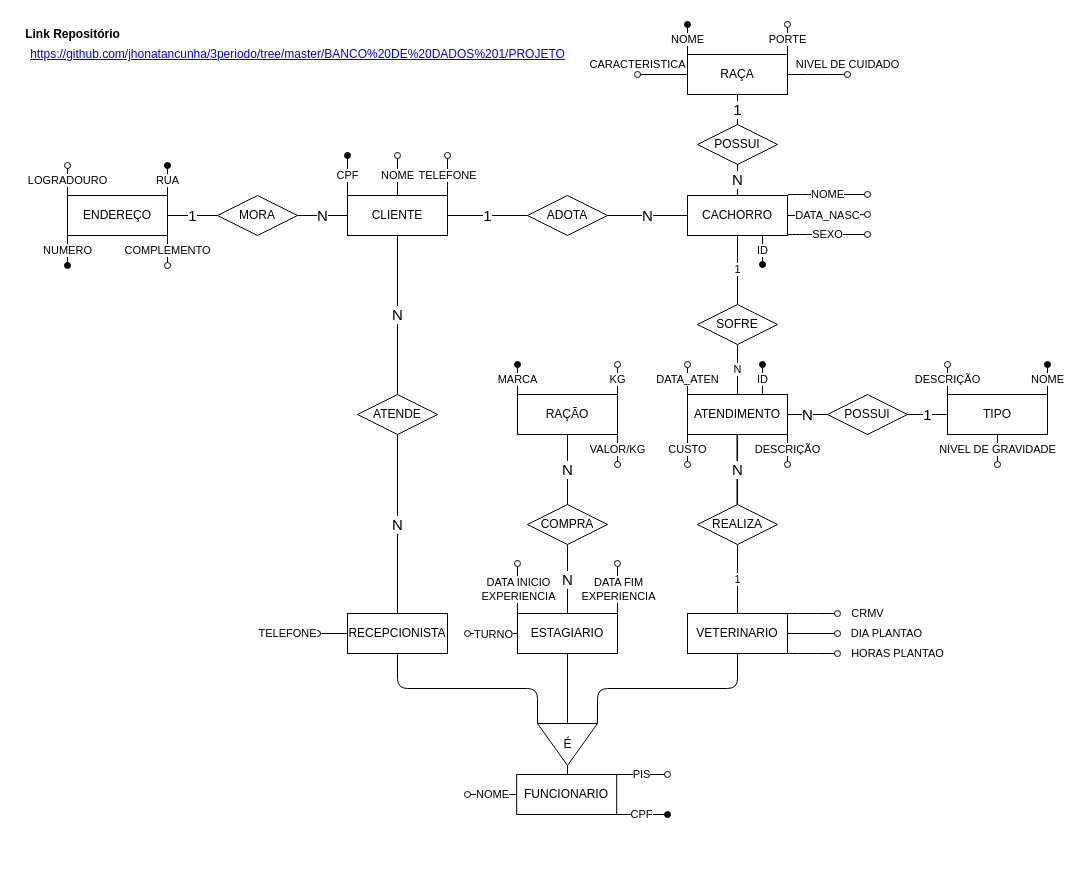
Before: BANCO DE DADOS 1/PROJETO/PARTE 1/SISTEMA DE ADOÇÃO DE CACHORRO.drawio in jhonatancunha/3periodo, a draw.io diagram. Source tidied: cells renumbered, new cells numbered last; positions are measured from the earlier drawing's top-left corner, leaving out a move shared by most shapes. Both pictures are drawn from the tidied source at 100%, with x=0, y=0 at pixel (17, 24).
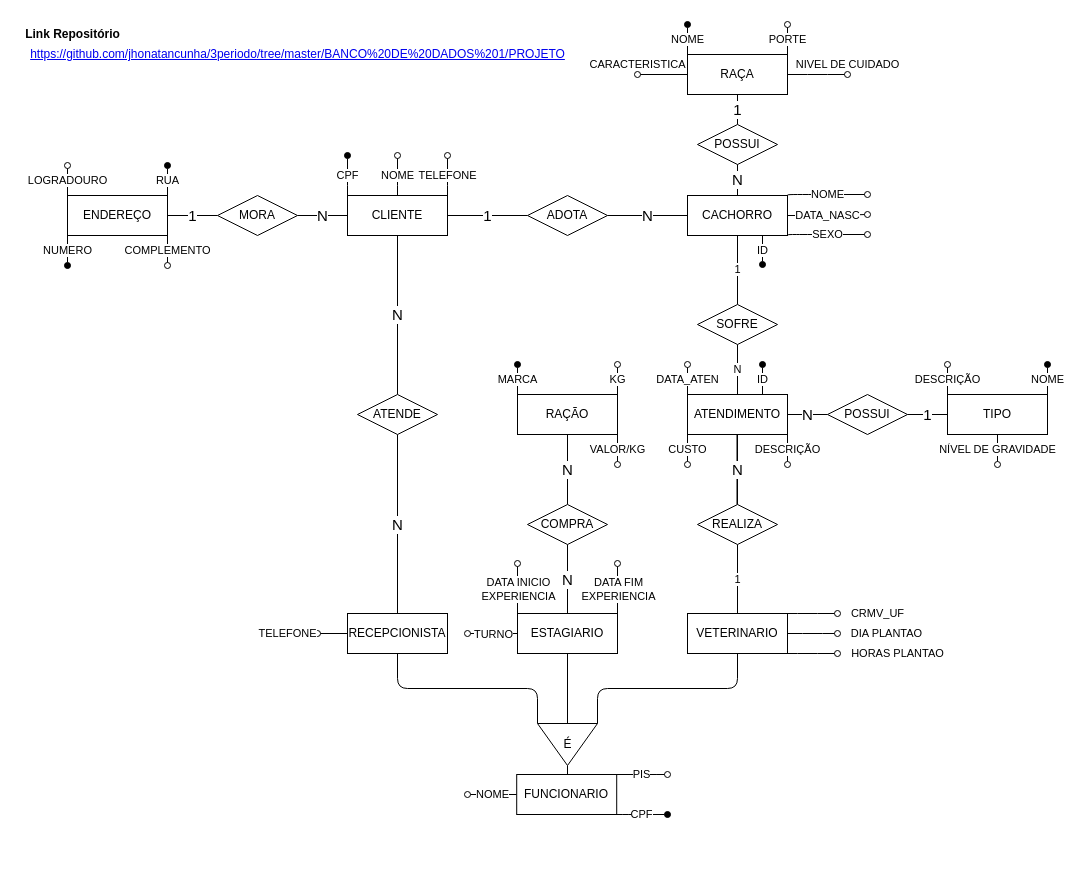
The same diagram, later.

Unchanged cells that the change refers to:
```xml
<mxCell id="16" value="VETERINARIO" style="whiteSpace=wrap;html=1;align=center;" parent="1" vertex="1">
  <mxGeometry x="670" y="589" width="100" height="40" as="geometry" />
</mxCell>
```

What changed in the source:
```diff
@@
-    <mxCell id="13" value="CRMV" style="edgeStyle=orthogonalEdgeStyle;jettySize=auto;html=1;exitX=1;exitY=0;exitDx=0;exitDy=0;endArrow=oval;endFill=0;" parent="1" edge="1" source="16">
-      <mxGeometry x="1" y="30" relative="1" as="geometry">
+    <mxCell id="13" value="CRMV_UF" style="edgeStyle=orthogonalEdgeStyle;jettySize=auto;html=1;exitX=1;exitY=0;exitDx=0;exitDy=0;endArrow=oval;endFill=0;" parent="1" edge="1" source="16">
+      <mxGeometry x="1" y="40" relative="1" as="geometry">
         <mxPoint x="820" y="589" as="targetPoint" />
         <Array as="points">
           <mxPoint x="790" y="589" />
           <mxPoint x="790" y="589" />
         </Array>
-        <mxPoint x="30" y="30" as="offset" />
+        <mxPoint x="40" y="40" as="offset" />
       </mxGeometry>
     </mxCell>
```
